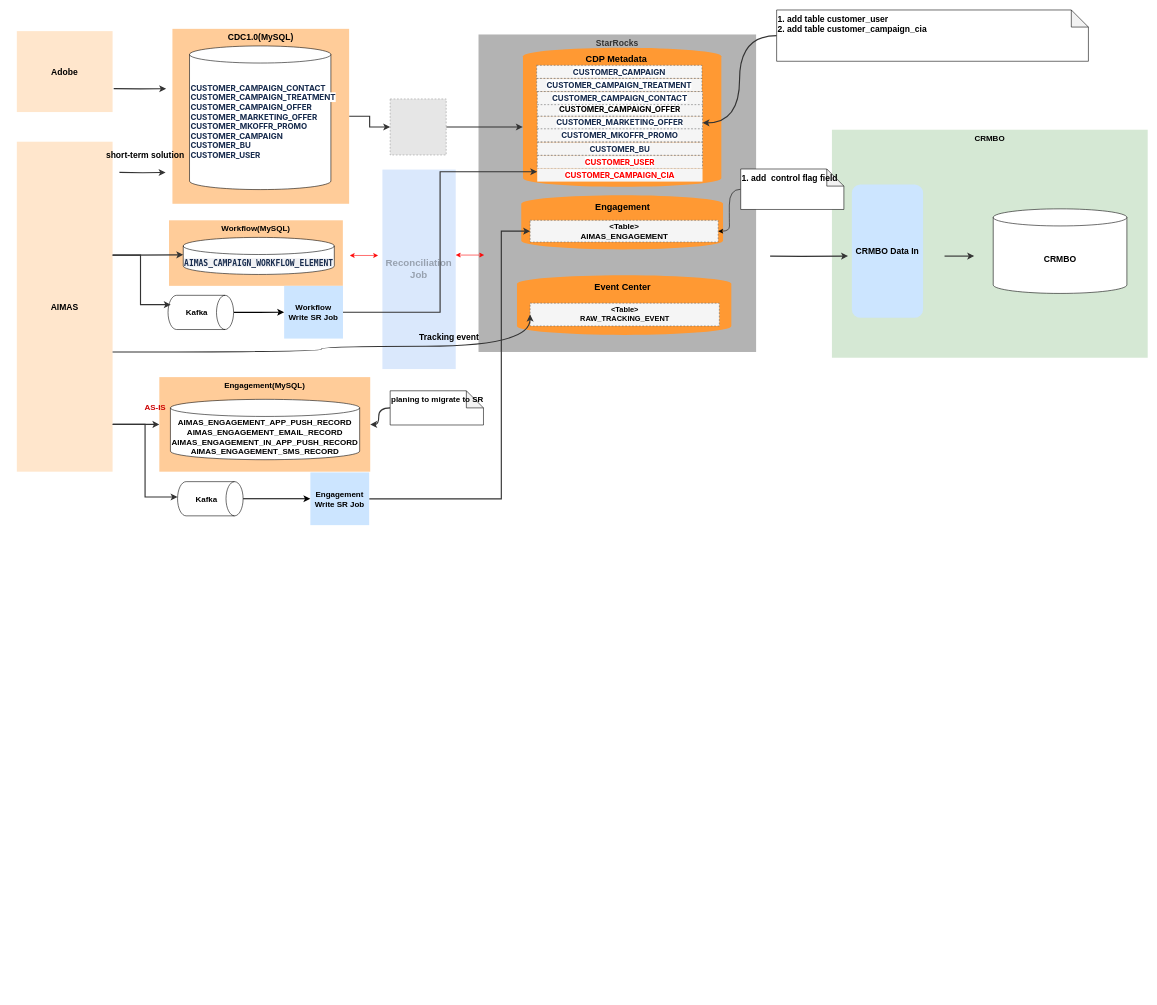
Earlier version of the draw.io diagram techlab/EDP/CRBO data integration strategy V2.drawio (qiufang1314/drawio). Source tidied: cells renumbered, new cells numbered last; positions are measured from the earlier drawing's top-left corner, leaving out a move shared by most shapes. Both pictures are drawn from the tidied source at 57%, with x=0, y=0 at pixel (17, 10). Pictures stored in the file or linked from it are replaced by grey dashed boxes.
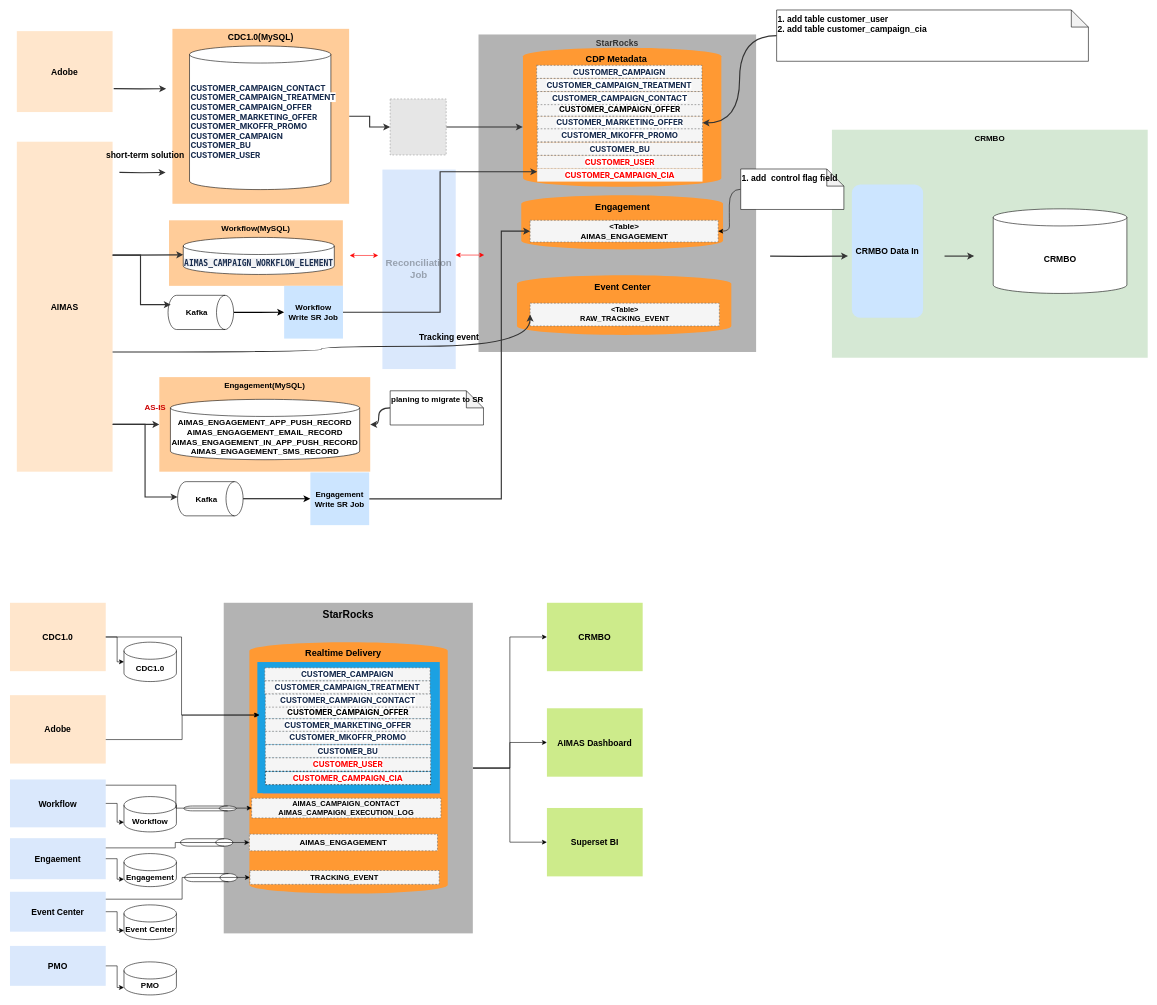
Above is the later version.

Diff of the diagram source:
```diff
@@
+    <mxCell id="66" value="&lt;b&gt;&lt;font&gt;CDC1.0&lt;/font&gt;&lt;/b&gt;" style="rounded=0;whiteSpace=wrap;html=1;dashed=1;verticalAlign=middle;fillColor=#FFE6CC;strokeColor=none;fontSize=15;" parent="1" vertex="1">
+      <mxGeometry x="-12" y="1040" width="168" height="120" as="geometry" />
+    </mxCell>
+    <mxCell id="67" value="&lt;b&gt;Adobe&lt;/b&gt;" style="rounded=0;whiteSpace=wrap;html=1;dashed=1;verticalAlign=middle;fillColor=#FFE6CC;strokeColor=none;fontSize=15;" parent="1" vertex="1">
+      <mxGeometry x="-12" y="1202.1" width="168" height="120" as="geometry" />
+    </mxCell>
+    <mxCell id="68" value="&lt;b&gt;Workflow&lt;/b&gt;" style="rounded=0;whiteSpace=wrap;html=1;dashed=1;verticalAlign=middle;fillColor=#dae8fc;strokeColor=none;fontSize=15;" parent="1" vertex="1">
+      <mxGeometry x="-12" y="1350" width="168" height="84" as="geometry" />
+    </mxCell>
+    <mxCell id="69" value="&lt;b&gt;Engaement&lt;/b&gt;" style="rounded=0;whiteSpace=wrap;html=1;dashed=1;verticalAlign=middle;fillColor=#dae8fc;strokeColor=none;fontSize=15;" parent="1" vertex="1">
+      <mxGeometry x="-12" y="1453" width="168" height="72" as="geometry" />
+    </mxCell>
+    <mxCell id="70" value="&lt;b&gt;Event Center&lt;/b&gt;" style="rounded=0;whiteSpace=wrap;html=1;dashed=1;verticalAlign=middle;fillColor=#dae8fc;strokeColor=none;fontSize=15;" parent="1" vertex="1">
+      <mxGeometry x="-12" y="1547" width="168" height="70" as="geometry" />
+    </mxCell>
+    <mxCell id="71" style="edgeStyle=orthogonalEdgeStyle;rounded=0;jettySize=auto;html=1;" parent="1" edge="1" source="74" target="98">
+      <mxGeometry relative="1" as="geometry" />
+    </mxCell>
+    <mxCell id="72" style="edgeStyle=orthogonalEdgeStyle;rounded=0;jettySize=auto;html=1;" parent="1" edge="1" source="74" target="99">
+      <mxGeometry relative="1" as="geometry" />
+    </mxCell>
+    <mxCell id="73" style="edgeStyle=orthogonalEdgeStyle;rounded=0;jettySize=auto;html=1;" parent="1" edge="1" source="74" target="100">
+      <mxGeometry relative="1" as="geometry" />
+    </mxCell>
+    <mxCell id="74" value="&lt;div&gt;&lt;b&gt;&lt;font style=&quot;color: light-dark(rgb(0, 0, 0), rgb(237, 237, 237)); font-size: 18px;&quot;&gt;StarRocks&lt;/font&gt;&lt;/b&gt;&lt;/div&gt;" style="rounded=0;whiteSpace=wrap;html=1;dashed=1;verticalAlign=top;fillColor=#B3B3B3;strokeColor=none;fontSize=21;fontColor=#333333;" parent="1" vertex="1">
+      <mxGeometry x="363" y="1040" width="437" height="580" as="geometry" />
+    </mxCell>
+    <mxCell id="75" style="shape=cylinder3;whiteSpace=wrap;html=1;boundedLbl=1;backgroundOutline=1;size=15;fillColor=#FF9933;strokeColor=none;" parent="1" vertex="1">
+      <mxGeometry x="408" y="1109.1" width="348" height="440.9" as="geometry" />
+    </mxCell>
+    <mxCell id="76" value="Realtime Delivery" style="text;html=1;align=center;verticalAlign=middle;whiteSpace=wrap;rounded=0;fontStyle=1;fontSize=16;" parent="1" vertex="1">
+      <mxGeometry x="469" y="1092.1" width="208" height="70.9" as="geometry" />
+    </mxCell>
+    <mxCell id="77" style="group;fillColor=#e1d5e7;strokeColor=#9673a6;" parent="1" vertex="1">
+      <mxGeometry x="432" y="1154.1" width="310" height="220" as="geometry" />
+    </mxCell>
+    <mxCell id="78" style="rounded=0;whiteSpace=wrap;html=1;fillColor=#1ba1e2;strokeColor=none;fontColor=#ffffff;" parent="77" vertex="1">
+      <mxGeometry x="-10" y="-10.1" width="320" height="230.1" as="geometry" />
+    </mxCell>
+    <mxCell id="79" value="&lt;div style=&quot;font-size: 10px;&quot;&gt;&lt;span style=&quot;color: rgb(23, 43, 77); font-family: -apple-system, &amp;quot;system-ui&amp;quot;, &amp;quot;Segoe UI&amp;quot;, Roboto, Oxygen, Ubuntu, &amp;quot;Fira Sans&amp;quot;, &amp;quot;Droid Sans&amp;quot;, &amp;quot;Helvetica Neue&amp;quot;, sans-serif; font-size: 14px; font-weight: 700; letter-spacing: -0.07px; text-align: left; white-space-collapse: preserve; background-color: rgb(255, 255, 255);&quot;&gt;CUSTOMER_CAMPAIGN&lt;/span&gt;&lt;/div&gt;" style="text;html=1;align=center;verticalAlign=middle;whiteSpace=wrap;rounded=0;fillColor=#f5f5f5;fontColor=#333333;strokeColor=#666666;dashed=1;" parent="77" vertex="1">
+      <mxGeometry x="3" width="290" height="23" as="geometry" />
+    </mxCell>
+    <mxCell id="80" value="&lt;div style=&quot;font-size: 10px;&quot;&gt;&lt;span style=&quot;color: rgb(23, 43, 77); font-family: -apple-system, &amp;quot;system-ui&amp;quot;, &amp;quot;Segoe UI&amp;quot;, Roboto, Oxygen, Ubuntu, &amp;quot;Fira Sans&amp;quot;, &amp;quot;Droid Sans&amp;quot;, &amp;quot;Helvetica Neue&amp;quot;, sans-serif; font-size: 14px; font-weight: 700; letter-spacing: -0.07px; text-align: left; white-space-collapse: preserve; background-color: rgb(255, 255, 255);&quot;&gt;CUSTOMER_CAMPAIGN_TREATMENT&lt;/span&gt;&lt;/div&gt;" style="text;html=1;align=center;verticalAlign=middle;whiteSpace=wrap;rounded=0;fillColor=#f5f5f5;fontColor=#333333;strokeColor=#666666;dashed=1;" parent="77" vertex="1">
+      <mxGeometry x="3" y="23" width="290" height="23" as="geometry" />
+    </mxCell>
+    <mxCell id="81" value="&lt;div style=&quot;font-size: 10px;&quot;&gt;&lt;span style=&quot;font-family: -apple-system, &amp;quot;system-ui&amp;quot;, &amp;quot;Segoe UI&amp;quot;, Roboto, Oxygen, Ubuntu, &amp;quot;Fira Sans&amp;quot;, &amp;quot;Droid Sans&amp;quot;, &amp;quot;Helvetica Neue&amp;quot;, sans-serif; font-size: 14px; font-weight: 700; letter-spacing: -0.07px; text-align: left; white-space-collapse: preserve; background-color: rgb(255, 255, 255);&quot;&gt;&lt;font style=&quot;color: rgb(0, 0, 0);&quot;&gt;CUSTOMER_CAMPAIGN_OFFER&lt;/font&gt;&lt;/span&gt;&lt;/div&gt;" style="text;html=1;align=center;verticalAlign=middle;whiteSpace=wrap;rounded=0;fillColor=#f5f5f5;fontColor=#333333;strokeColor=#666666;dashed=1;" parent="77" vertex="1">
+      <mxGeometry x="4" y="66.4" width="290" height="23" as="geometry" />
+    </mxCell>
+    <mxCell id="82" value="&lt;div style=&quot;font-size: 10px;&quot;&gt;&lt;div style=&quot;font-weight: 700; color: rgb(0, 0, 0); text-align: left;&quot;&gt;&lt;span style=&quot;color: rgb(23, 43, 77); font-family: -apple-system, &amp;quot;system-ui&amp;quot;, &amp;quot;Segoe UI&amp;quot;, Roboto, Oxygen, Ubuntu, &amp;quot;Fira Sans&amp;quot;, &amp;quot;Droid Sans&amp;quot;, &amp;quot;Helvetica Neue&amp;quot;, sans-serif; font-size: 14px; letter-spacing: -0.07px; white-space-collapse: preserve; background-color: rgb(255, 255, 255);&quot;&gt;&lt;span style=&quot;letter-spacing: -0.07px;&quot;&gt;CUSTOMER_MARKETING_OFFER&lt;/span&gt;&lt;/span&gt;&lt;/div&gt;&lt;/div&gt;" style="text;html=1;align=center;verticalAlign=middle;whiteSpace=wrap;rounded=0;fillColor=#f5f5f5;fontColor=#333333;strokeColor=#666666;dashed=1;" parent="77" vertex="1">
+      <mxGeometry x="4" y="89.4" width="290" height="23" as="geometry" />
+    </mxCell>
+    <mxCell id="83" value="&lt;div style=&quot;font-size: 10px;&quot;&gt;&lt;div style=&quot;font-weight: 700; color: rgb(0, 0, 0); text-align: left;&quot;&gt;&lt;span style=&quot;color: rgb(23, 43, 77); font-family: -apple-system, &amp;quot;system-ui&amp;quot;, &amp;quot;Segoe UI&amp;quot;, Roboto, Oxygen, Ubuntu, &amp;quot;Fira Sans&amp;quot;, &amp;quot;Droid Sans&amp;quot;, &amp;quot;Helvetica Neue&amp;quot;, sans-serif; font-size: 14px; letter-spacing: -0.07px; white-space-collapse: preserve; background-color: rgb(255, 255, 255);&quot;&gt;CUSTOMER_MKOFFR_PROMO&lt;/span&gt;&lt;/div&gt;&lt;/div&gt;" style="text;html=1;align=center;verticalAlign=middle;whiteSpace=wrap;rounded=0;fillColor=#f5f5f5;fontColor=#333333;strokeColor=#666666;dashed=1;" parent="77" vertex="1">
+      <mxGeometry x="4" y="111.4" width="290" height="23" as="geometry" />
+    </mxCell>
+    <mxCell id="84" value="&lt;div style=&quot;font-size: 10px;&quot;&gt;&lt;div style=&quot;font-weight: 700; color: rgb(0, 0, 0); text-align: left;&quot;&gt;&lt;span style=&quot;color: rgb(23, 43, 77); font-family: -apple-system, &amp;quot;system-ui&amp;quot;, &amp;quot;Segoe UI&amp;quot;, Roboto, Oxygen, Ubuntu, &amp;quot;Fira Sans&amp;quot;, &amp;quot;Droid Sans&amp;quot;, &amp;quot;Helvetica Neue&amp;quot;, sans-serif; font-size: 14px; letter-spacing: -0.07px; white-space-collapse: preserve; background-color: rgb(255, 255, 255);&quot;&gt;CUSTOMER_BU&lt;/span&gt;&lt;/div&gt;&lt;/div&gt;" style="text;html=1;align=center;verticalAlign=middle;whiteSpace=wrap;rounded=0;fillColor=#f5f5f5;fontColor=#333333;strokeColor=#666666;dashed=1;" parent="77" vertex="1">
+      <mxGeometry x="4" y="135" width="290" height="23" as="geometry" />
+    </mxCell>
+    <mxCell id="85" value="&lt;div style=&quot;font-size: 10px;&quot;&gt;&lt;span style=&quot;color: rgb(23, 43, 77); font-family: -apple-system, &amp;quot;system-ui&amp;quot;, &amp;quot;Segoe UI&amp;quot;, Roboto, Oxygen, Ubuntu, &amp;quot;Fira Sans&amp;quot;, &amp;quot;Droid Sans&amp;quot;, &amp;quot;Helvetica Neue&amp;quot;, sans-serif; font-size: 14px; letter-spacing: -0.07px; text-align: left; white-space-collapse: preserve; background-color: rgb(255, 255, 255);&quot;&gt;&lt;b&gt;CUSTOMER_CAMPAIGN_CONTACT&lt;/b&gt;&lt;/span&gt;&lt;/div&gt;" style="text;html=1;align=center;verticalAlign=middle;whiteSpace=wrap;rounded=0;fillColor=#f5f5f5;fontColor=#333333;strokeColor=#666666;dashed=1;" parent="77" vertex="1">
+      <mxGeometry x="4" y="46" width="290" height="23" as="geometry" />
+    </mxCell>
+    <mxCell id="86" value="&lt;div style=&quot;font-size: 10px;&quot;&gt;&lt;span style=&quot;color: rgb(255, 0, 0); font-family: -apple-system, &amp;quot;system-ui&amp;quot;, &amp;quot;Segoe UI&amp;quot;, Roboto, Oxygen, Ubuntu, &amp;quot;Fira Sans&amp;quot;, &amp;quot;Droid Sans&amp;quot;, &amp;quot;Helvetica Neue&amp;quot;, sans-serif; font-size: 14px; font-weight: 700; letter-spacing: -0.07px; text-align: left; white-space-collapse: preserve; background-color: rgb(255, 255, 255);&quot;&gt;CUSTOMER_USER&lt;/span&gt;&lt;/div&gt;" style="text;html=1;align=center;verticalAlign=middle;whiteSpace=wrap;rounded=0;fillColor=#f5f5f5;fontColor=#333333;strokeColor=#666666;dashed=1;" parent="77" vertex="1">
+      <mxGeometry x="4" y="158" width="290" height="23" as="geometry" />
+    </mxCell>
+    <mxCell id="87" value="CDC1.0" style="shape=cylinder3;whiteSpace=wrap;html=1;boundedLbl=1;backgroundOutline=1;size=15;fontSize=14;fontStyle=1;" parent="1" vertex="1">
+      <mxGeometry x="188" y="1109.1" width="92" height="69.1" as="geometry" />
+    </mxCell>
+    <mxCell id="88" value="Workflow" style="shape=cylinder3;whiteSpace=wrap;html=1;boundedLbl=1;backgroundOutline=1;size=15;fontSize=14;fontStyle=1;" parent="1" vertex="1">
+      <mxGeometry x="188" y="1380" width="92" height="62" as="geometry" />
+    </mxCell>
+    <mxCell id="89" value="Engagement" style="shape=cylinder3;whiteSpace=wrap;html=1;boundedLbl=1;backgroundOutline=1;size=15;fontSize=14;fontStyle=1;" parent="1" vertex="1">
+      <mxGeometry x="188" y="1480" width="92" height="58" as="geometry" />
+    </mxCell>
+    <mxCell id="90" value="Event Center" style="shape=cylinder3;whiteSpace=wrap;html=1;boundedLbl=1;backgroundOutline=1;size=15;fontSize=14;fontStyle=1;" parent="1" vertex="1">
+      <mxGeometry x="188" y="1570" width="92" height="61" as="geometry" />
+    </mxCell>
+    <mxCell id="91" style="edgeStyle=orthogonalEdgeStyle;rounded=0;jettySize=auto;html=1;entryX=0;entryY=0;entryDx=0;entryDy=45;entryPerimeter=0;" parent="1" edge="1" source="68" target="88">
+      <mxGeometry relative="1" as="geometry" />
+    </mxCell>
+    <mxCell id="92" style="edgeStyle=orthogonalEdgeStyle;rounded=0;jettySize=auto;html=1;entryX=0;entryY=0;entryDx=0;entryDy=45;entryPerimeter=0;" parent="1" edge="1" source="69" target="89">
+      <mxGeometry relative="1" as="geometry" />
+    </mxCell>
+    <mxCell id="93" style="edgeStyle=orthogonalEdgeStyle;rounded=0;jettySize=auto;html=1;entryX=0;entryY=0;entryDx=0;entryDy=45;entryPerimeter=0;" parent="1" edge="1" source="70" target="90">
+      <mxGeometry relative="1" as="geometry" />
+    </mxCell>
+    <mxCell id="94" value="&lt;b&gt;PMO&lt;/b&gt;" style="rounded=0;whiteSpace=wrap;html=1;dashed=1;verticalAlign=middle;fillColor=#dae8fc;strokeColor=none;fontSize=15;" parent="1" vertex="1">
+      <mxGeometry x="-12" y="1642" width="168" height="70" as="geometry" />
+    </mxCell>
+    <mxCell id="95" value="PMO" style="shape=cylinder3;whiteSpace=wrap;html=1;boundedLbl=1;backgroundOutline=1;size=15;fontSize=14;fontStyle=1;" parent="1" vertex="1">
+      <mxGeometry x="188" y="1670" width="92" height="58" as="geometry" />
+    </mxCell>
+    <mxCell id="96" style="edgeStyle=orthogonalEdgeStyle;rounded=0;jettySize=auto;html=1;entryX=0;entryY=0;entryDx=0;entryDy=45;entryPerimeter=0;" parent="1" edge="1" source="94" target="95">
+      <mxGeometry relative="1" as="geometry" />
+    </mxCell>
+    <mxCell id="97" style="edgeStyle=orthogonalEdgeStyle;rounded=0;jettySize=auto;html=1;entryX=0;entryY=0.5;entryDx=0;entryDy=0;entryPerimeter=0;" parent="1" edge="1" source="66" target="87">
+      <mxGeometry relative="1" as="geometry" />
+    </mxCell>
+    <mxCell id="98" value="&lt;b&gt;&lt;font&gt;CRMBO&lt;/font&gt;&lt;/b&gt;" style="rounded=0;whiteSpace=wrap;html=1;dashed=1;verticalAlign=middle;fillColor=#cdeb8b;strokeColor=none;fontSize=15;" parent="1" vertex="1">
+      <mxGeometry x="930" y="1040" width="168" height="120" as="geometry" />
+    </mxCell>
+    <mxCell id="99" value="&lt;b&gt;&lt;font&gt;AIMAS Dashboard&lt;/font&gt;&lt;/b&gt;" style="rounded=0;whiteSpace=wrap;html=1;dashed=1;verticalAlign=middle;fillColor=#cdeb8b;strokeColor=none;fontSize=15;" parent="1" vertex="1">
+      <mxGeometry x="930" y="1225.1" width="168" height="120" as="geometry" />
+    </mxCell>
+    <mxCell id="100" value="&lt;b&gt;&lt;font&gt;Superset BI&lt;/font&gt;&lt;/b&gt;" style="rounded=0;whiteSpace=wrap;html=1;dashed=1;verticalAlign=middle;fillColor=#cdeb8b;strokeColor=none;fontSize=15;" parent="1" vertex="1">
+      <mxGeometry x="930" y="1400" width="168" height="120" as="geometry" />
+    </mxCell>
+    <mxCell id="101" value="&lt;div style=&quot;&quot;&gt;&lt;b style=&quot;background-color: transparent;&quot;&gt;&lt;font style=&quot;font-size: 13px; color: light-dark(rgb(0, 0, 0), rgb(237, 237, 237));&quot;&gt;AIMAS_CAMPAIGN_CONTACT&lt;/font&gt;&lt;/b&gt;&lt;/div&gt;&lt;div style=&quot;&quot;&gt;&lt;b style=&quot;background-color: transparent; color: light-dark(rgb(0, 0, 0), rgb(237, 237, 237));&quot;&gt;&lt;font style=&quot;font-size: 13px;&quot;&gt;AIMAS_CAMPAIGN_EXECUTION_LOG&lt;/font&gt;&lt;/b&gt;&lt;/div&gt;" style="text;html=1;align=center;verticalAlign=middle;whiteSpace=wrap;rounded=0;fillColor=#f5f5f5;fontColor=#333333;strokeColor=#666666;dashed=1;" parent="1" vertex="1">
+      <mxGeometry x="412" y="1383" width="332" height="34.5" as="geometry" />
+    </mxCell>
+    <mxCell id="102" value="&lt;div style=&quot;font-size: 10px;&quot;&gt;&lt;span style=&quot;color: light-dark(rgb(0, 0, 0), rgb(237, 237, 237)); font-size: 14px; font-weight: 700; background-color: transparent;&quot;&gt;AIMAS_ENGAGEMENT&lt;/span&gt;&lt;/div&gt;" style="text;html=1;align=center;verticalAlign=middle;whiteSpace=wrap;rounded=0;fillColor=#f5f5f5;fontColor=#333333;strokeColor=#666666;dashed=1;" parent="1" vertex="1">
+      <mxGeometry x="408" y="1446" width="330" height="29.1" as="geometry" />
+    </mxCell>
+    <mxCell id="103" value="&lt;div style=&quot;&quot;&gt;&lt;b style=&quot;background-color: transparent; color: light-dark(rgb(0, 0, 0), rgb(237, 237, 237));&quot;&gt;&lt;font style=&quot;font-size: 13px;&quot;&gt;TRACKING_EVENT&lt;/font&gt;&lt;/b&gt;&lt;/div&gt;" style="text;html=1;align=center;verticalAlign=middle;whiteSpace=wrap;rounded=0;fillColor=#f5f5f5;fontColor=#333333;strokeColor=#666666;dashed=1;" parent="1" vertex="1">
+      <mxGeometry x="409" y="1509.7" width="332" height="24.3" as="geometry" />
+    </mxCell>
+    <mxCell id="104" value="&lt;div style=&quot;font-size: 10px;&quot;&gt;&lt;span style=&quot;font-family: -apple-system, &amp;quot;system-ui&amp;quot;, &amp;quot;Segoe UI&amp;quot;, Roboto, Oxygen, Ubuntu, &amp;quot;Fira Sans&amp;quot;, &amp;quot;Droid Sans&amp;quot;, &amp;quot;Helvetica Neue&amp;quot;, sans-serif; font-size: 14px; font-weight: 700; letter-spacing: -0.07px; text-align: left; white-space-collapse: preserve; background-color: rgb(255, 255, 255);&quot;&gt;CUSTOMER_CAMPAIGN_CIA&lt;/span&gt;&lt;/div&gt;" style="text;html=1;align=center;verticalAlign=middle;whiteSpace=wrap;rounded=0;fillColor=#f5f5f5;fontColor=#FF0000;strokeColor=default;dashed=1;" parent="1" vertex="1">
+      <mxGeometry x="436" y="1336.1" width="290" height="23" as="geometry" />
+    </mxCell>
+    <mxCell id="105" style="edgeStyle=orthogonalEdgeStyle;rounded=0;jettySize=auto;html=1;entryX=0.012;entryY=0.404;entryDx=0;entryDy=0;entryPerimeter=0;" parent="1" edge="1" source="66" target="78">
+      <mxGeometry relative="1" as="geometry" />
+    </mxCell>
+    <mxCell id="106" style="edgeStyle=orthogonalEdgeStyle;rounded=0;jettySize=auto;html=1;entryX=0.008;entryY=0.404;entryDx=0;entryDy=0;entryPerimeter=0;" parent="1" edge="1" source="67" target="78">
+      <mxGeometry relative="1" as="geometry">
+        <Array as="points">
+          <mxPoint x="290" y="1280" />
+          <mxPoint x="290" y="1237" />
+        </Array>
+      </mxGeometry>
+    </mxCell>
+    <mxCell id="107" style="shape=cylinder3;whiteSpace=wrap;html=1;boundedLbl=1;backgroundOutline=1;size=15;rotation=90;" parent="1" vertex="1">
+      <mxGeometry x="334.8" y="1354.8" width="8.5" height="92" as="geometry" />
+    </mxCell>
+    <mxCell id="108" style="edgeStyle=orthogonalEdgeStyle;rounded=0;jettySize=auto;html=1;entryX=0;entryY=0.5;entryDx=0;entryDy=0;" parent="1" edge="1" source="68" target="101">
+      <mxGeometry relative="1" as="geometry">
+        <Array as="points">
+          <mxPoint x="279" y="1360" />
+          <mxPoint x="279" y="1400" />
+          <mxPoint x="412" y="1400" />
+        </Array>
+      </mxGeometry>
+    </mxCell>
+    <mxCell id="109" style="shape=cylinder3;whiteSpace=wrap;html=1;boundedLbl=1;backgroundOutline=1;size=15;rotation=90;" parent="1" vertex="1">
+      <mxGeometry x="326.5" y="1414.5" width="13" height="92" as="geometry" />
+    </mxCell>
+    <mxCell id="110" style="edgeStyle=orthogonalEdgeStyle;rounded=0;jettySize=auto;html=1;entryX=0;entryY=0.5;entryDx=0;entryDy=0;" parent="1" edge="1" source="69" target="102">
+      <mxGeometry relative="1" as="geometry">
+        <Array as="points">
+          <mxPoint x="278" y="1470" />
+          <mxPoint x="278" y="1460" />
+          <mxPoint x="408" y="1460" />
+        </Array>
+      </mxGeometry>
+    </mxCell>
+    <mxCell id="111" style="shape=cylinder3;whiteSpace=wrap;html=1;boundedLbl=1;backgroundOutline=1;size=15;rotation=90;" parent="1" vertex="1">
+      <mxGeometry x="333.4" y="1476.2" width="14.2" height="92" as="geometry" />
+    </mxCell>
+    <mxCell id="112" style="edgeStyle=orthogonalEdgeStyle;rounded=0;jettySize=auto;html=1;entryX=0;entryY=0.5;entryDx=0;entryDy=0;" parent="1" edge="1" source="70" target="103">
+      <mxGeometry relative="1" as="geometry">
+        <Array as="points">
+          <mxPoint x="290" y="1560" />
+          <mxPoint x="290" y="1522" />
+        </Array>
+      </mxGeometry>
+    </mxCell>
```
